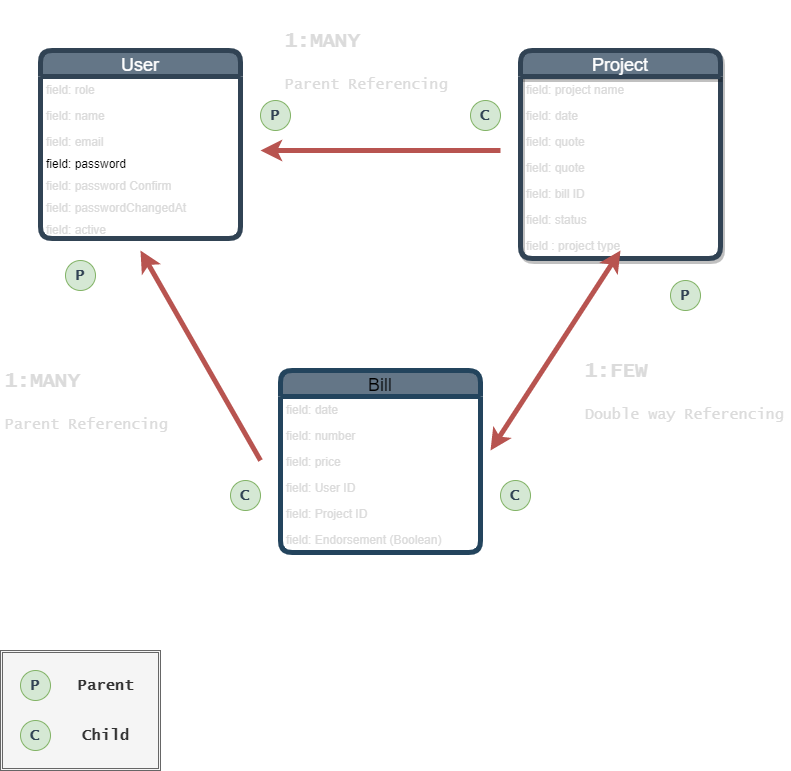
nasfernane/chill-panda keeps this draw.io diagram as Data Model.drawio.png. Above is the earlier version. Source tidied: cells renumbered, new cells last; positions are measured from the earlier drawing's top-left corner, leaving out a move shared by most shapes.
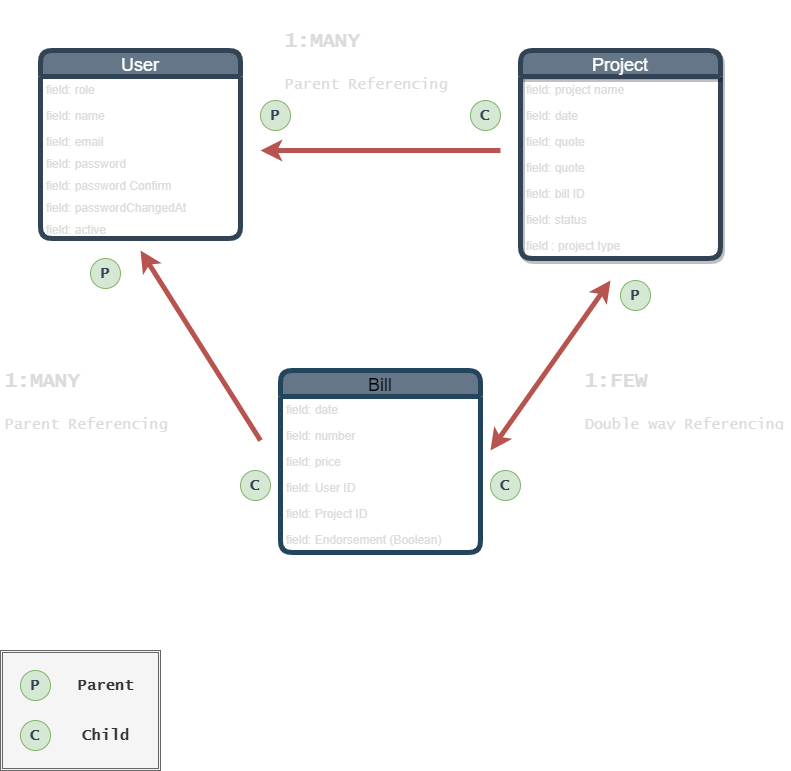
After the change.

Commit message:
fix data model

What changed in the source:
```diff
@@ -14,7 +14,7 @@
     <mxCell id="5" value="field: email&#10;" style="text;align=left;verticalAlign=top;spacingLeft=4;spacingRight=4;overflow=hidden;fontColor=#DBDBDB;" parent="2" vertex="1">
       <mxGeometry y="78" width="200" height="22" as="geometry" />
     </mxCell>
-    <mxCell id="6" value="field: password" style="text;align=left;verticalAlign=top;spacingLeft=4;spacingRight=4;overflow=hidden;" parent="2" vertex="1">
+    <mxCell id="6" value="field: password" style="text;align=left;verticalAlign=top;spacingLeft=4;spacingRight=4;overflow=hidden;fontColor=#DBDBDB;" parent="2" vertex="1">
       <mxGeometry y="100" width="200" height="22" as="geometry" />
     </mxCell>
     <mxCell id="7" value="field: password Confirm&#10;" style="text;align=left;verticalAlign=top;spacingLeft=4;spacingRight=4;overflow=hidden;fontColor=#DBDBDB;" parent="2" vertex="1">
@@ -100,24 +100,24 @@
     </mxCell>
     <mxCell id="33" style="endArrow=classic;html=1;fontFamily=Lucida Console;fontSize=15;fontColor=#333333;strokeWidth=5;fillColor=#f8cecc;strokeColor=#b85450;" parent="1" edge="1">
       <mxGeometry relative="1" as="geometry">
-        <mxPoint x="260" y="450" as="sourcePoint" />
+        <mxPoint x="260" y="430" as="sourcePoint" />
         <mxPoint x="140" y="240" as="targetPoint" />
       </mxGeometry>
     </mxCell>
     <mxCell id="34" value="&lt;b&gt;&lt;font face=&quot;Lucida Console&quot; style=&quot;font-size: 15px&quot; color=&quot;#314354&quot;&gt;P&lt;/font&gt;&lt;/b&gt;" style="ellipse;whiteSpace=wrap;html=1;fillColor=#d5e8d4;strokeColor=#82b366;" parent="1" vertex="1">
-      <mxGeometry x="65" y="250" width="30" height="30" as="geometry" />
+      <mxGeometry x="90" y="248" width="30" height="30" as="geometry" />
     </mxCell>
     <mxCell id="35" value="&lt;b&gt;&lt;font face=&quot;Lucida Console&quot; style=&quot;font-size: 15px&quot; color=&quot;#314354&quot;&gt;C&lt;/font&gt;&lt;/b&gt;" style="ellipse;whiteSpace=wrap;html=1;fillColor=#d5e8d4;strokeColor=#82b366;" parent="1" vertex="1">
-      <mxGeometry x="230" y="470" width="30" height="30" as="geometry" />
+      <mxGeometry x="240" y="460" width="30" height="30" as="geometry" />
     </mxCell>
     <mxCell id="36" value="&lt;b&gt;&lt;font face=&quot;Lucida Console&quot; style=&quot;font-size: 15px&quot; color=&quot;#314354&quot;&gt;C&lt;/font&gt;&lt;/b&gt;" style="ellipse;whiteSpace=wrap;html=1;fillColor=#d5e8d4;strokeColor=#82b366;" parent="1" vertex="1">
-      <mxGeometry x="500" y="470" width="30" height="30" as="geometry" />
+      <mxGeometry x="490" y="460" width="30" height="30" as="geometry" />
     </mxCell>
     <mxCell id="37" value="&lt;b&gt;&lt;font face=&quot;Lucida Console&quot; style=&quot;font-size: 15px&quot; color=&quot;#314354&quot;&gt;P&lt;/font&gt;&lt;/b&gt;" style="ellipse;whiteSpace=wrap;html=1;fillColor=#d5e8d4;strokeColor=#82b366;" parent="1" vertex="1">
-      <mxGeometry x="670" y="270" width="30" height="30" as="geometry" />
+      <mxGeometry x="620" y="270" width="30" height="30" as="geometry" />
     </mxCell>
     <mxCell id="38" value="&lt;h1&gt;&lt;font style=&quot;font-size: 20px&quot; color=&quot;#dbdbdb&quot;&gt;1:FEW&lt;/font&gt;&lt;/h1&gt;&lt;p&gt;&lt;font style=&quot;font-size: 15px&quot; color=&quot;#dbdbdb&quot;&gt;Double way Referencing&lt;/font&gt;&lt;/p&gt;&lt;p style=&quot;font-size: 30px&quot;&gt;&lt;br&gt;&lt;/p&gt;" style="text;html=1;strokeColor=none;fillColor=none;spacing=5;spacingTop=-20;whiteSpace=wrap;overflow=hidden;rounded=0;fontFamily=Lucida Console;fontSize=15;fontColor=#FFFFFF;" parent="1" vertex="1">
-      <mxGeometry x="580" y="330" width="210" height="90" as="geometry" />
+      <mxGeometry x="580" y="340" width="210" height="80" as="geometry" />
     </mxCell>
     <mxCell id="39" value="&lt;h1&gt;&lt;font style=&quot;font-size: 20px&quot; color=&quot;#dbdbdb&quot;&gt;1:MANY&lt;/font&gt;&lt;/h1&gt;&lt;p&gt;&lt;font style=&quot;font-size: 15px&quot; color=&quot;#dbdbdb&quot;&gt;Parent Referencing&lt;/font&gt;&lt;/p&gt;&lt;p style=&quot;font-size: 30px&quot;&gt;&lt;br&gt;&lt;/p&gt;" style="text;html=1;strokeColor=none;fillColor=none;spacing=5;spacingTop=-20;whiteSpace=wrap;overflow=hidden;rounded=0;fontFamily=Lucida Console;fontSize=15;fontColor=#333333;" parent="1" vertex="1">
       <mxGeometry x="280" width="210" height="90" as="geometry" />
@@ -128,7 +128,7 @@
     <mxCell id="41" style="endArrow=classic;startArrow=classic;html=1;strokeWidth=5;fontFamily=Lucida Console;fontSize=15;fontColor=#333333;fillColor=#f8cecc;strokeColor=#b85450;" parent="1" edge="1">
       <mxGeometry relative="1" as="geometry">
         <mxPoint x="490" y="440" as="sourcePoint" />
-        <mxPoint x="620" y="240" as="targetPoint" />
+        <mxPoint x="610" y="270" as="targetPoint" />
       </mxGeometry>
     </mxCell>
   </root>
```
